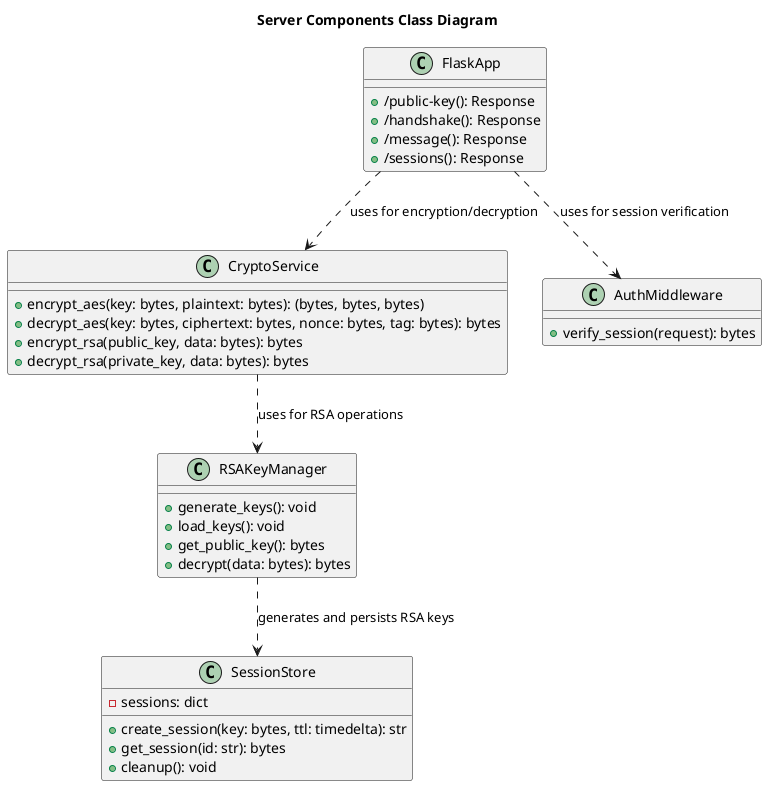
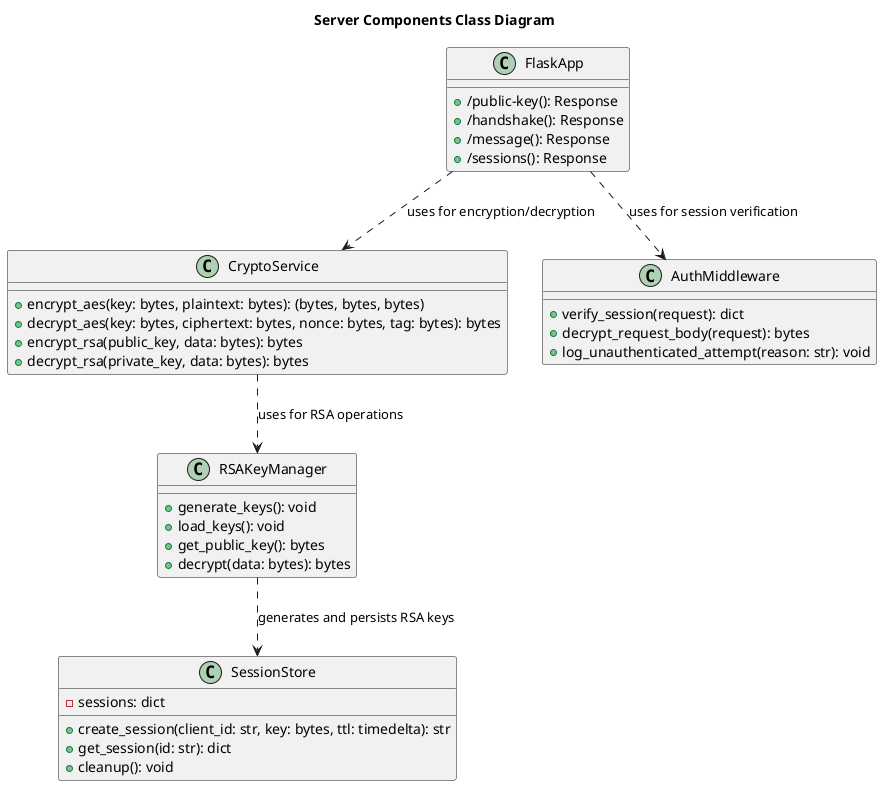
@startuml
title Server Components Class Diagram

class RSAKeyManager {
    +generate_keys(): void
    +load_keys(): void
    +get_public_key(): bytes
    +decrypt(data: bytes): bytes
}

class SessionStore {
    -sessions: dict
-     +create_session(key: bytes, ttl: timedelta): str
-     +get_session(id: str): bytes
+     +create_session(client_id: str, key: bytes, ttl: timedelta): str
+     +get_session(id: str): dict
    +cleanup(): void
}

class CryptoService {
    +encrypt_aes(key: bytes, plaintext: bytes): (bytes, bytes, bytes)
    +decrypt_aes(key: bytes, ciphertext: bytes, nonce: bytes, tag: bytes): bytes
    +encrypt_rsa(public_key, data: bytes): bytes
    +decrypt_rsa(private_key, data: bytes): bytes
}

class AuthMiddleware {
-     +verify_session(request): bytes
+     +verify_session(request): dict
+     +decrypt_request_body(request): bytes
+     +log_unauthenticated_attempt(reason: str): void
}

class FlaskApp {
    +/public-key(): Response
    +/handshake(): Response
    +/message(): Response
    +/sessions(): Response
}

RSAKeyManager ..> SessionStore : generates and persists RSA keys
CryptoService ..> RSAKeyManager : uses for RSA operations
FlaskApp ..> AuthMiddleware : uses for session verification
FlaskApp ..> CryptoService : uses for encryption/decryption

- @enduml+ @enduml
